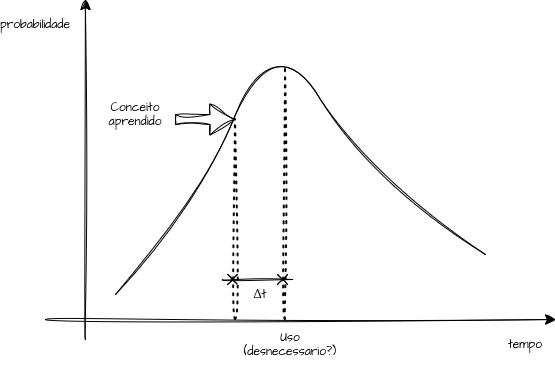
Before: content/blog/complexidade-desnecessaria/law-of-clements.png, a diagram exported from draw.io (vagnerclementino/blog). Source tidied: cells renumbered, new cells last; positions are measured from the earlier drawing's top-left corner, leaving out a move shared by most shapes. Its diagram source:
```xml
<mxGraphModel>
  <root>
    <mxCell id="0" />
    <mxCell id="1" parent="0" />
    <mxCell id="2" style="endArrow=classic;html=1;rounded=0;sketch=1;hachureGap=4;jiggle=2;curveFitting=1;fontFamily=Architects Daughter;fontSource=https%3A%2F%2Ffonts.googleapis.com%2Fcss%3Ffamily%3DArchitects%2BDaughter;fontSize=12;startSize=8;endSize=8;curved=1;" parent="1" edge="1">
      <mxGeometry relative="1" as="geometry">
        <mxPoint x="40" y="320" as="sourcePoint" />
        <mxPoint x="550" y="320" as="targetPoint" />
      </mxGeometry>
    </mxCell>
    <mxCell id="3" style="endArrow=classic;html=1;rounded=0;sketch=1;hachureGap=4;jiggle=2;curveFitting=1;fontFamily=Architects Daughter;fontSource=https%3A%2F%2Ffonts.googleapis.com%2Fcss%3Ffamily%3DArchitects%2BDaughter;fontSize=12;startSize=8;endSize=8;curved=1;" parent="1" edge="1">
      <mxGeometry relative="1" as="geometry">
        <mxPoint x="80" y="340" as="sourcePoint" />
        <mxPoint x="80" as="targetPoint" />
      </mxGeometry>
    </mxCell>
    <mxCell id="4" value="probabilidade" style="text;html=1;whiteSpace=wrap;strokeColor=none;fillColor=none;align=center;verticalAlign=middle;rounded=0;fontFamily=Architects Daughter;fontSource=https%3A%2F%2Ffonts.googleapis.com%2Fcss%3Ffamily%3DArchitects%2BDaughter;" parent="1" vertex="1">
      <mxGeometry y="10" width="60" height="30" as="geometry" />
    </mxCell>
    <mxCell id="5" value="tempo" style="text;html=1;whiteSpace=wrap;strokeColor=none;fillColor=none;align=center;verticalAlign=middle;rounded=0;fontFamily=Architects Daughter;fontSource=https%3A%2F%2Ffonts.googleapis.com%2Fcss%3Ffamily%3DArchitects%2BDaughter;" parent="1" vertex="1">
      <mxGeometry x="490" y="330" width="60" height="30" as="geometry" />
    </mxCell>
    <mxCell id="6" style="curved=1;endArrow=none;html=1;rounded=0;sketch=1;hachureGap=4;jiggle=2;curveFitting=1;fontFamily=Architects Daughter;fontSource=https%3A%2F%2Ffonts.googleapis.com%2Fcss%3Ffamily%3DArchitects%2BDaughter;fontSize=12;shape=wire;dashed=1;endFill=0;" parent="1" edge="1">
      <mxGeometry relative="1" as="geometry">
        <mxPoint x="110" y="295" as="sourcePoint" />
        <mxPoint x="480" y="255" as="targetPoint" />
        <Array as="points">
          <mxPoint x="190" y="205" />
          <mxPoint x="270" y="25" />
          <mxPoint x="360" y="175" />
        </Array>
      </mxGeometry>
    </mxCell>
    <mxCell id="7" style="shape=flexArrow;endArrow=classic;html=1;rounded=0;sketch=1;hachureGap=4;jiggle=2;curveFitting=1;fontFamily=Architects Daughter;fontSource=https%3A%2F%2Ffonts.googleapis.com%2Fcss%3Ffamily%3DArchitects%2BDaughter;fontSize=12;startSize=8;endSize=8;curved=1;" parent="1" edge="1">
      <mxGeometry relative="1" as="geometry">
        <mxPoint x="170" y="120" as="sourcePoint" />
        <mxPoint x="230" y="120" as="targetPoint" />
      </mxGeometry>
    </mxCell>
    <mxCell id="8" style="endArrow=none;dashed=1;html=1;dashPattern=1 3;strokeWidth=2;rounded=0;sketch=1;hachureGap=4;jiggle=2;curveFitting=1;fontFamily=Architects Daughter;fontSource=https%3A%2F%2Ffonts.googleapis.com%2Fcss%3Ffamily%3DArchitects%2BDaughter;fontSize=12;startSize=8;endSize=8;curved=1;" parent="1" edge="1">
      <mxGeometry relative="1" as="geometry">
        <mxPoint x="280" y="320" as="sourcePoint" />
        <mxPoint x="280" y="70" as="targetPoint" />
      </mxGeometry>
    </mxCell>
    <mxCell id="9" value="&lt;div&gt;Conceito&lt;/div&gt;&lt;div&gt;aprendido&lt;/div&gt;" style="text;html=1;whiteSpace=wrap;strokeColor=none;fillColor=none;align=center;verticalAlign=middle;rounded=0;fontFamily=Architects Daughter;fontSource=https%3A%2F%2Ffonts.googleapis.com%2Fcss%3Ffamily%3DArchitects%2BDaughter;" parent="1" vertex="1">
      <mxGeometry x="100" y="100" width="60" height="30" as="geometry" />
    </mxCell>
    <mxCell id="10" value="&lt;div&gt;Uso&lt;/div&gt;&lt;div&gt;(desnecessario?)&lt;/div&gt;" style="text;html=1;whiteSpace=wrap;strokeColor=none;fillColor=none;align=center;verticalAlign=middle;rounded=0;fontFamily=Architects Daughter;fontSource=https%3A%2F%2Ffonts.googleapis.com%2Fcss%3Ffamily%3DArchitects%2BDaughter;" parent="1" vertex="1">
      <mxGeometry x="240" y="320" width="90" height="50" as="geometry" />
    </mxCell>
    <mxCell id="11" style="endArrow=cross;startArrow=cross;html=1;rounded=0;sketch=1;hachureGap=4;jiggle=2;curveFitting=1;fontFamily=Architects Daughter;fontSource=https%3A%2F%2Ffonts.googleapis.com%2Fcss%3Ffamily%3DArchitects%2BDaughter;fontSize=12;startSize=8;endSize=8;curved=1;startFill=0;endFill=0;strokeColor=light-dark(#000000,#FFFFFF);" parent="1" edge="1">
      <mxGeometry relative="1" as="geometry">
        <mxPoint x="217" y="280" as="sourcePoint" />
        <mxPoint x="287" y="280" as="targetPoint" />
      </mxGeometry>
    </mxCell>
    <mxCell id="12" value="Δt" style="text;html=1;whiteSpace=wrap;strokeColor=none;fillColor=none;align=center;verticalAlign=middle;rounded=0;fontFamily=Architects Daughter;fontSource=https%3A%2F%2Ffonts.googleapis.com%2Fcss%3Ffamily%3DArchitects%2BDaughter;" parent="1" vertex="1">
      <mxGeometry x="225" y="280" width="60" height="30" as="geometry" />
    </mxCell>
    <mxCell id="13" style="endArrow=none;dashed=1;html=1;dashPattern=1 3;strokeWidth=2;rounded=0;sketch=1;hachureGap=4;jiggle=2;curveFitting=1;fontFamily=Architects Daughter;fontSource=https%3A%2F%2Ffonts.googleapis.com%2Fcss%3Ffamily%3DArchitects%2BDaughter;fontSize=12;startSize=8;endSize=8;curved=1;" parent="1" edge="1">
      <mxGeometry relative="1" as="geometry">
        <mxPoint x="230" y="320" as="sourcePoint" />
        <mxPoint x="230" y="120" as="targetPoint" />
      </mxGeometry>
    </mxCell>
  </root>
</mxGraphModel>
```
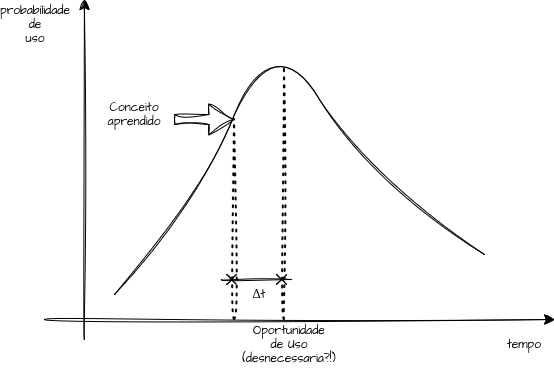
After the commit.

Commit message:
feat(article): rename article and replace image

The edit, as a diff of the source:
```diff
@@ -14,8 +14,8 @@
         <mxPoint x="80" as="targetPoint" />
       </mxGeometry>
     </mxCell>
-    <mxCell id="4" value="probabilidade" style="text;html=1;whiteSpace=wrap;strokeColor=none;fillColor=none;align=center;verticalAlign=middle;rounded=0;fontFamily=Architects Daughter;fontSource=https%3A%2F%2Ffonts.googleapis.com%2Fcss%3Ffamily%3DArchitects%2BDaughter;" parent="1" vertex="1">
-      <mxGeometry y="10" width="60" height="30" as="geometry" />
+    <mxCell id="4" value="&lt;div&gt;probabilidade&lt;/div&gt;&lt;div&gt;de&lt;/div&gt;&lt;div&gt;uso&lt;/div&gt;" style="text;html=1;whiteSpace=wrap;strokeColor=none;fillColor=none;align=center;verticalAlign=middle;rounded=0;fontFamily=Architects Daughter;fontSource=https%3A%2F%2Ffonts.googleapis.com%2Fcss%3Ffamily%3DArchitects%2BDaughter;" parent="1" vertex="1">
+      <mxGeometry x="1" y="10" width="60" height="30" as="geometry" />
     </mxCell>
     <mxCell id="5" value="tempo" style="text;html=1;whiteSpace=wrap;strokeColor=none;fillColor=none;align=center;verticalAlign=middle;rounded=0;fontFamily=Architects Daughter;fontSource=https%3A%2F%2Ffonts.googleapis.com%2Fcss%3Ffamily%3DArchitects%2BDaughter;" parent="1" vertex="1">
       <mxGeometry x="490" y="330" width="60" height="30" as="geometry" />
@@ -46,7 +46,7 @@
     <mxCell id="9" value="&lt;div&gt;Conceito&lt;/div&gt;&lt;div&gt;aprendido&lt;/div&gt;" style="text;html=1;whiteSpace=wrap;strokeColor=none;fillColor=none;align=center;verticalAlign=middle;rounded=0;fontFamily=Architects Daughter;fontSource=https%3A%2F%2Ffonts.googleapis.com%2Fcss%3Ffamily%3DArchitects%2BDaughter;" parent="1" vertex="1">
       <mxGeometry x="100" y="100" width="60" height="30" as="geometry" />
     </mxCell>
-    <mxCell id="10" value="&lt;div&gt;Uso&lt;/div&gt;&lt;div&gt;(desnecessario?)&lt;/div&gt;" style="text;html=1;whiteSpace=wrap;strokeColor=none;fillColor=none;align=center;verticalAlign=middle;rounded=0;fontFamily=Architects Daughter;fontSource=https%3A%2F%2Ffonts.googleapis.com%2Fcss%3Ffamily%3DArchitects%2BDaughter;" parent="1" vertex="1">
+    <mxCell id="10" value="&lt;div&gt;Oportunidade&lt;/div&gt;&lt;div&gt;de Uso&lt;/div&gt;&lt;div&gt;(desnecessaria?!)&lt;/div&gt;" style="text;html=1;whiteSpace=wrap;strokeColor=none;fillColor=none;align=center;verticalAlign=middle;rounded=0;fontFamily=Architects Daughter;fontSource=https%3A%2F%2Ffonts.googleapis.com%2Fcss%3Ffamily%3DArchitects%2BDaughter;" parent="1" vertex="1">
       <mxGeometry x="240" y="320" width="90" height="50" as="geometry" />
     </mxCell>
     <mxCell id="11" style="endArrow=cross;startArrow=cross;html=1;rounded=0;sketch=1;hachureGap=4;jiggle=2;curveFitting=1;fontFamily=Architects Daughter;fontSource=https%3A%2F%2Ffonts.googleapis.com%2Fcss%3Ffamily%3DArchitects%2BDaughter;fontSize=12;startSize=8;endSize=8;curved=1;startFill=0;endFill=0;strokeColor=light-dark(#000000,#FFFFFF);" parent="1" edge="1">
```
